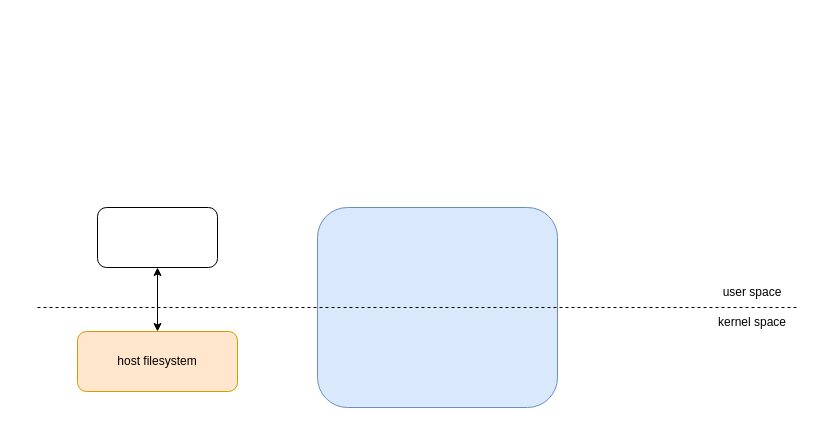
The draw.io diagram P2P Network.drawio in 0niros/DADIP2P, before the edit. Source tidied: cells renumbered, new cells numbered last; positions are measured from the earlier drawing's top-left corner, leaving out a move shared by most shapes. Both pictures are drawn from the tidied source at 100%, with x=0, y=0 at pixel (37, 207).
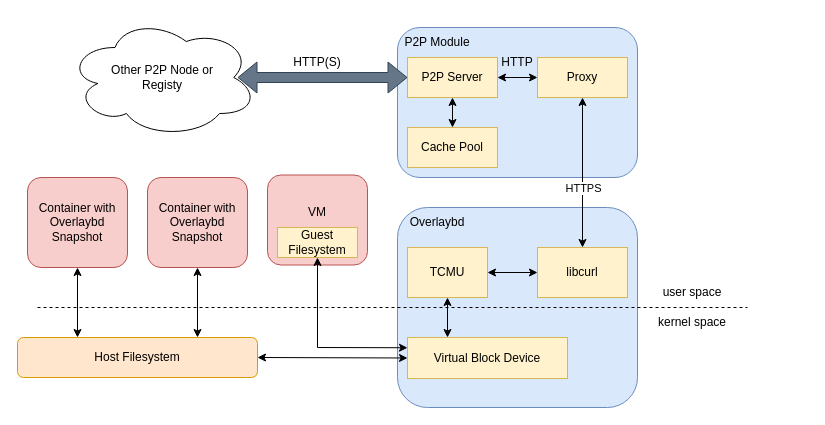
The same diagram, later.

What changed in the source:
```diff
@@
     <mxCell id="2" value="user space" style="text;html=1;strokeColor=none;fillColor=none;align=center;verticalAlign=middle;whiteSpace=wrap;rounded=0;" parent="1" vertex="1">
-      <mxGeometry x="660" y="70" width="110" height="30" as="geometry" />
+      <mxGeometry x="600" y="70" width="110" height="30" as="geometry" />
     </mxCell>
     <mxCell id="3" value="kernel space" style="text;html=1;strokeColor=none;fillColor=none;align=center;verticalAlign=middle;whiteSpace=wrap;rounded=0;" parent="1" vertex="1">
-      <mxGeometry x="660" y="100" width="110" height="30" as="geometry" />
+      <mxGeometry x="600" y="100" width="110" height="30" as="geometry" />
     </mxCell>
     <mxCell id="4" style="rounded=1;whiteSpace=wrap;html=1;fillColor=#dae8fc;strokeColor=#6c8ebf;" parent="1" vertex="1">
-      <mxGeometry x="280" width="240" height="200" as="geometry" />
+      <mxGeometry x="360" width="240" height="200" as="geometry" />
     </mxCell>
     <mxCell id="5" style="endArrow=none;dashed=1;html=1;rounded=0;" parent="1" edge="1">
       <mxGeometry relative="1" as="geometry">
         <mxPoint y="100" as="sourcePoint" />
-        <mxPoint x="760" y="100" as="targetPoint" />
+        <mxPoint x="710" y="100" as="targetPoint" />
       </mxGeometry>
     </mxCell>
-    <mxCell id="6" value="host filesystem" style="rounded=1;whiteSpace=wrap;html=1;fillColor=#ffe6cc;strokeColor=#d79b00;" parent="1" vertex="1">
-      <mxGeometry x="40" y="124" width="160" height="60" as="geometry" />
+    <mxCell id="6" value="Host Filesystem" style="rounded=1;whiteSpace=wrap;html=1;fillColor=#ffe6cc;strokeColor=#d79b00;" parent="1" vertex="1">
+      <mxGeometry x="-20" y="130" width="240" height="40" as="geometry" />
     </mxCell>
-    <mxCell id="7" style="rounded=1;whiteSpace=wrap;html=1;" parent="1" vertex="1">
-      <mxGeometry x="60" width="120" height="60" as="geometry" />
+    <mxCell id="7" value="Container with Overlaybd Snapshot" style="rounded=1;whiteSpace=wrap;html=1;fillColor=#f8cecc;strokeColor=#b85450;" parent="1" vertex="1">
+      <mxGeometry x="-10" y="-30" width="100" height="90" as="geometry" />
     </mxCell>
+    <mxCell id="9" value="Container with Overlaybd Snapshot" style="rounded=1;whiteSpace=wrap;html=1;fillColor=#f8cecc;strokeColor=#b85450;" parent="1" vertex="1">
+      <mxGeometry x="110" y="-30" width="100" height="90" as="geometry" />
+    </mxCell>
+    <mxCell id="10" style="endArrow=classic;startArrow=classic;html=1;rounded=0;entryX=0.5;entryY=1;entryDx=0;entryDy=0;exitX=0.75;exitY=0;exitDx=0;exitDy=0;" parent="1" edge="1" source="6" target="9">
+      <mxGeometry relative="1" as="geometry" />
+    </mxCell>
+    <mxCell id="11" value="Overlaybd" style="text;html=1;strokeColor=none;fillColor=none;align=center;verticalAlign=middle;whiteSpace=wrap;rounded=0;" parent="1" vertex="1">
+      <mxGeometry x="370" width="60" height="30" as="geometry" />
+    </mxCell>
+    <mxCell id="12" value="TCMU" style="rounded=0;whiteSpace=wrap;html=1;fillColor=#fff2cc;strokeColor=#d6b656;" parent="1" vertex="1">
+      <mxGeometry x="370" y="40" width="80" height="50" as="geometry" />
+    </mxCell>
+    <mxCell id="13" value="libcurl" style="rounded=0;whiteSpace=wrap;html=1;fillColor=#fff2cc;strokeColor=#d6b656;" parent="1" vertex="1">
+      <mxGeometry x="500" y="40" width="90" height="50" as="geometry" />
+    </mxCell>
+    <mxCell id="14" style="endArrow=classic;startArrow=classic;html=1;rounded=0;entryX=0;entryY=0.5;entryDx=0;entryDy=0;exitX=1;exitY=0.5;exitDx=0;exitDy=0;" parent="1" edge="1" source="12" target="13">
+      <mxGeometry relative="1" as="geometry" />
+    </mxCell>
+    <mxCell id="15" value="Virtual Block Device" style="rounded=0;whiteSpace=wrap;html=1;fillColor=#fff2cc;strokeColor=#d6b656;" parent="1" vertex="1">
+      <mxGeometry x="370" y="130" width="160" height="41" as="geometry" />
+    </mxCell>
+    <mxCell id="16" style="endArrow=classic;startArrow=classic;html=1;rounded=0;entryX=1;entryY=0.5;entryDx=0;entryDy=0;exitX=0;exitY=0.5;exitDx=0;exitDy=0;" parent="1" edge="1" source="15" target="6">
+      <mxGeometry relative="1" as="geometry" />
+    </mxCell>
+    <mxCell id="17" style="endArrow=classic;startArrow=classic;html=1;rounded=0;entryX=0.5;entryY=1;entryDx=0;entryDy=0;exitX=0.25;exitY=0;exitDx=0;exitDy=0;" parent="1" edge="1" source="15" target="12">
+      <mxGeometry relative="1" as="geometry" />
+    </mxCell>
-    <mxCell id="8" style="endArrow=classic;startArrow=classic;html=1;rounded=0;entryX=0.5;entryY=1;entryDx=0;entryDy=0;exitX=0.5;exitY=0;exitDx=0;exitDy=0;" parent="1" edge="1" source="6" target="7">
+    <mxCell id="8" style="endArrow=classic;startArrow=classic;html=1;rounded=0;entryX=0.5;entryY=1;entryDx=0;entryDy=0;exitX=0.25;exitY=0;exitDx=0;exitDy=0;" parent="1" edge="1" source="6" target="7">
       <mxGeometry relative="1" as="geometry" />
     </mxCell>
+    <mxCell id="18" style="rounded=1;whiteSpace=wrap;html=1;fillColor=#f8cecc;strokeColor=#b85450;" parent="1" vertex="1">
+      <mxGeometry x="230" y="-32.5" width="100" height="90" as="geometry" />
+    </mxCell>
+    <mxCell id="19" value="Guest Filesystem" style="rounded=0;whiteSpace=wrap;html=1;fillColor=#fff2cc;strokeColor=#d6b656;" parent="1" vertex="1">
+      <mxGeometry x="240" y="20" width="80" height="30" as="geometry" />
+    </mxCell>
+    <mxCell id="20" style="endArrow=classic;startArrow=classic;html=1;rounded=0;entryX=0.5;entryY=1;entryDx=0;entryDy=0;exitX=0;exitY=0.25;exitDx=0;exitDy=0;" parent="1" edge="1" source="15" target="19">
+      <mxGeometry relative="1" as="geometry">
+        <Array as="points">
+          <mxPoint x="280" y="140" />
+        </Array>
+      </mxGeometry>
+    </mxCell>
+    <mxCell id="21" style="rounded=1;whiteSpace=wrap;html=1;fillColor=#dae8fc;strokeColor=#6c8ebf;" parent="1" vertex="1">
+      <mxGeometry x="360" y="-180" width="240" height="150" as="geometry" />
+    </mxCell>
+    <mxCell id="22" value="P2P Module" style="text;html=1;strokeColor=none;fillColor=none;align=center;verticalAlign=middle;whiteSpace=wrap;rounded=0;" parent="1" vertex="1">
+      <mxGeometry x="360" y="-180" width="80" height="30" as="geometry" />
+    </mxCell>
+    <mxCell id="23" value="Proxy" style="rounded=0;whiteSpace=wrap;html=1;fillColor=#fff2cc;strokeColor=#d6b656;" parent="1" vertex="1">
+      <mxGeometry x="500" y="-150" width="90" height="40" as="geometry" />
+    </mxCell>
+    <mxCell id="24" style="endArrow=classic;startArrow=classic;html=1;rounded=0;entryX=0.5;entryY=1;entryDx=0;entryDy=0;exitX=0.5;exitY=0;exitDx=0;exitDy=0;" parent="1" edge="1" source="13" target="23">
+      <mxGeometry relative="1" as="geometry" />
+    </mxCell>
+    <mxCell id="25" value="HTTPS" style="edgeLabel;html=1;align=center;verticalAlign=middle;" parent="24" vertex="1">
+      <mxGeometry x="-0.15" y="1" relative="1" as="geometry">
+        <mxPoint x="1" y="4" as="offset" />
+      </mxGeometry>
+    </mxCell>
+    <mxCell id="26" value="Cache Pool" style="rounded=0;whiteSpace=wrap;html=1;fillColor=#fff2cc;strokeColor=#d6b656;" parent="1" vertex="1">
+      <mxGeometry x="370" y="-80" width="90" height="40" as="geometry" />
+    </mxCell>
+    <mxCell id="27" value="P2P Server" style="rounded=0;whiteSpace=wrap;html=1;fillColor=#fff2cc;strokeColor=#d6b656;" parent="1" vertex="1">
+      <mxGeometry x="370" y="-150" width="90" height="40" as="geometry" />
+    </mxCell>
+    <mxCell id="28" style="endArrow=classic;startArrow=classic;html=1;rounded=0;exitX=1;exitY=0.5;exitDx=0;exitDy=0;entryX=0;entryY=0.5;entryDx=0;entryDy=0;" parent="1" edge="1" source="27" target="23">
+      <mxGeometry relative="1" as="geometry" />
+    </mxCell>
+    <mxCell id="29" style="endArrow=classic;startArrow=classic;html=1;rounded=0;entryX=0.5;entryY=1;entryDx=0;entryDy=0;exitX=0.5;exitY=0;exitDx=0;exitDy=0;" parent="1" edge="1" source="26" target="27">
+      <mxGeometry relative="1" as="geometry" />
+    </mxCell>
+    <mxCell id="30" value="HTTP" style="text;html=1;strokeColor=none;fillColor=none;align=center;verticalAlign=middle;whiteSpace=wrap;rounded=0;" parent="1" vertex="1">
+      <mxGeometry x="450" y="-160" width="60" height="30" as="geometry" />
+    </mxCell>
+    <mxCell id="31" style="shape=flexArrow;endArrow=classic;startArrow=classic;html=1;rounded=0;entryX=0;entryY=0.5;entryDx=0;entryDy=0;fillColor=#647687;strokeColor=#314354;" parent="1" edge="1" target="27">
+      <mxGeometry relative="1" as="geometry">
+        <mxPoint x="200" y="-130" as="sourcePoint" />
+      </mxGeometry>
+    </mxCell>
+    <mxCell id="32" value="Other P2P Node or&lt;br&gt;Registy" style="ellipse;shape=cloud;whiteSpace=wrap;html=1;" parent="1" vertex="1">
+      <mxGeometry x="30" y="-190" width="190" height="120" as="geometry" />
+    </mxCell>
+    <mxCell id="33" value="HTTP(S)" style="text;html=1;strokeColor=none;fillColor=none;align=center;verticalAlign=middle;whiteSpace=wrap;rounded=0;" parent="1" vertex="1">
+      <mxGeometry x="250" y="-160" width="60" height="30" as="geometry" />
+    </mxCell>
+    <mxCell id="34" value="VM" style="text;html=1;strokeColor=none;fillColor=none;align=center;verticalAlign=middle;whiteSpace=wrap;rounded=0;" parent="1" vertex="1">
+      <mxGeometry x="250" y="-10" width="60" height="30" as="geometry" />
+    </mxCell>
```
